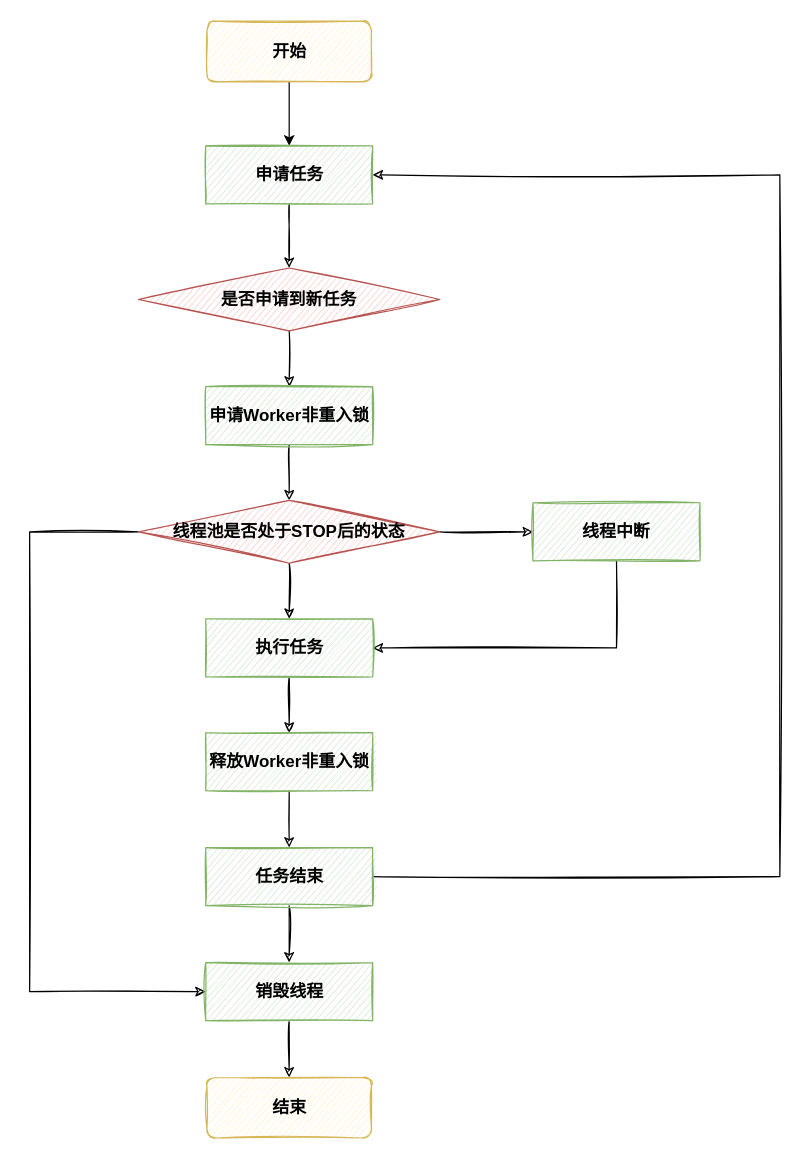
The draw.io diagram 线程执行任务流程.drawio in LIULE8/drawio-store, before the edit. Source tidied: cells renumbered, new cells numbered last; positions are measured from the earlier drawing's top-left corner, leaving out a move shared by most shapes. Both pictures are drawn from the tidied source at 121%, with x=0, y=0 at pixel (29, 21).
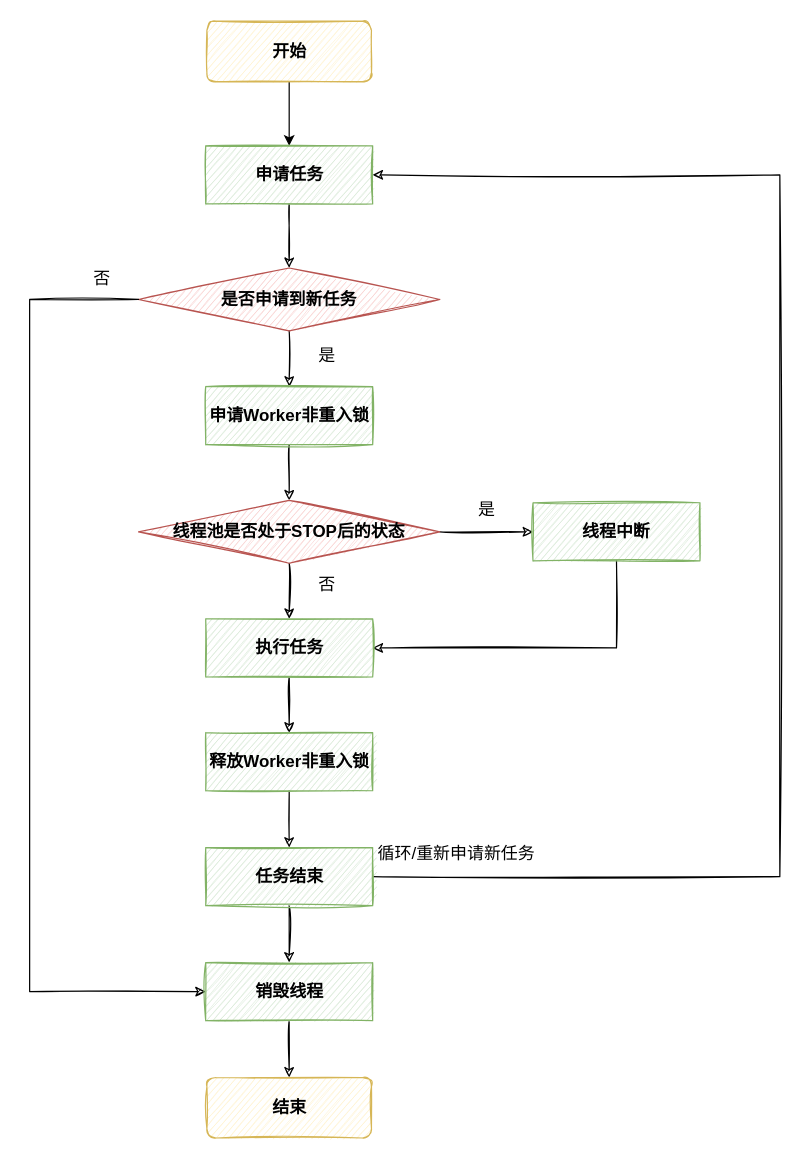
Above is the later version.

Commit message (it also covers changes not shown here):
更新线程执行任务流程.drawio

The change refers to these unchanged cells:
```xml
<mxCell id="7" value="&lt;b&gt;是否申请到新任务&lt;/b&gt;" style="rhombus;whiteSpace=wrap;html=1;sketch=1;fontSize=14;fillColor=#f8cecc;strokeColor=#b85450;" parent="1" vertex="1">
  <mxGeometry x="90" y="204" width="249" height="52" as="geometry" />
</mxCell>
<mxCell id="13" value="&lt;b&gt;线程池是否处于STOP后的状态&lt;/b&gt;" style="rhombus;whiteSpace=wrap;html=1;sketch=1;fontSize=14;fillColor=#f8cecc;strokeColor=#b85450;" parent="1" vertex="1">
  <mxGeometry x="90" y="396" width="249" height="52" as="geometry" />
</mxCell>
<mxCell id="24" value="&lt;b&gt;销毁线程&lt;/b&gt;" style="rounded=0;whiteSpace=wrap;html=1;fontSize=14;fillColor=#d5e8d4;strokeColor=#82b366;sketch=1;" parent="1" vertex="1">
  <mxGeometry x="145.5" y="778" width="138" height="48" as="geometry" />
</mxCell>
```

What changed in the source:
```diff
@@
-    <mxCell id="12" style="edgeStyle=orthogonalEdgeStyle;rounded=0;jettySize=auto;html=1;entryX=0;entryY=0.5;entryDx=0;entryDy=0;sketch=1;" parent="1" edge="1" source="13" target="24">
+    <mxCell id="12" style="edgeStyle=orthogonalEdgeStyle;rounded=0;jettySize=auto;html=1;entryX=0;entryY=0.5;entryDx=0;entryDy=0;sketch=1;exitX=0;exitY=0.5;exitDx=0;exitDy=0;" parent="1" edge="1" source="7" target="24">
       <mxGeometry relative="1" as="geometry">
         <Array as="points">
-          <mxPoint y="422" />
+          <mxPoint y="230" />
           <mxPoint y="802" />
         </Array>
       </mxGeometry>
     </mxCell>
@@
+    <mxCell id="26" value="否" style="text;html=1;strokeColor=none;fillColor=none;align=center;verticalAlign=middle;whiteSpace=wrap;rounded=0;sketch=1;fontSize=14;" parent="1" vertex="1">
+      <mxGeometry x="30" y="198" width="60" height="30" as="geometry" />
+    </mxCell>
+    <mxCell id="27" value="否" style="text;html=1;strokeColor=none;fillColor=none;align=center;verticalAlign=middle;whiteSpace=wrap;rounded=0;sketch=1;fontSize=14;" parent="1" vertex="1">
+      <mxGeometry x="216" y="451" width="60" height="30" as="geometry" />
+    </mxCell>
+    <mxCell id="28" value="是" style="text;html=1;strokeColor=none;fillColor=none;align=center;verticalAlign=middle;whiteSpace=wrap;rounded=0;sketch=1;fontSize=14;" parent="1" vertex="1">
+      <mxGeometry x="348" y="389" width="60" height="30" as="geometry" />
+    </mxCell>
+    <mxCell id="29" value="循环/重新申请新任务" style="text;html=1;strokeColor=none;fillColor=none;align=center;verticalAlign=middle;whiteSpace=wrap;rounded=0;sketch=1;fontSize=14;" parent="1" vertex="1">
+      <mxGeometry x="283.5" y="673" width="137.5" height="30" as="geometry" />
+    </mxCell>
+    <mxCell id="30" value="是" style="text;html=1;strokeColor=none;fillColor=none;align=center;verticalAlign=middle;whiteSpace=wrap;rounded=0;sketch=1;fontSize=14;" parent="1" vertex="1">
+      <mxGeometry x="216" y="261" width="60" height="30" as="geometry" />
+    </mxCell>
```
